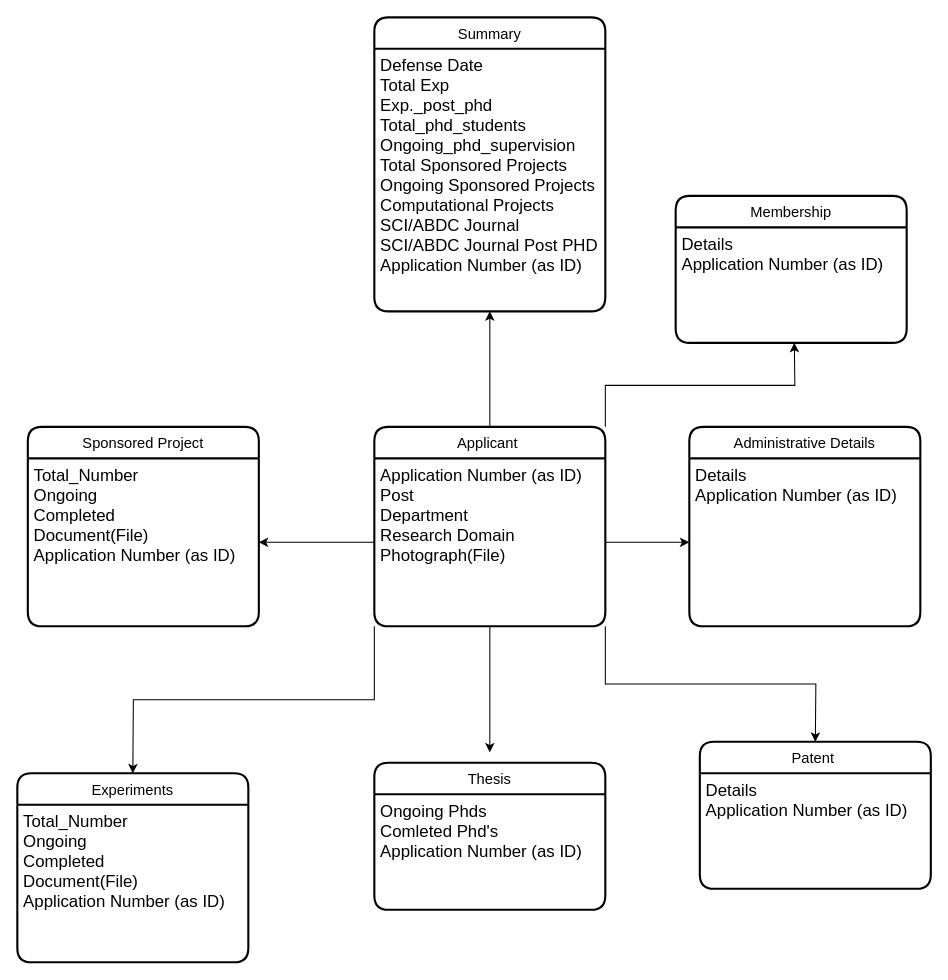
Earlier version of the draw.io diagram Downloads/Untitled Diagram.drawio (ShreyaTarwey/vidly-project-with-mongodb-and-express). Source tidied: cells renumbered, new cells numbered last; positions are measured from the earlier drawing's top-left corner, leaving out a move shared by most shapes. Both pictures are drawn from the tidied source at 105%, with x=0, y=0 at pixel (17, 17).
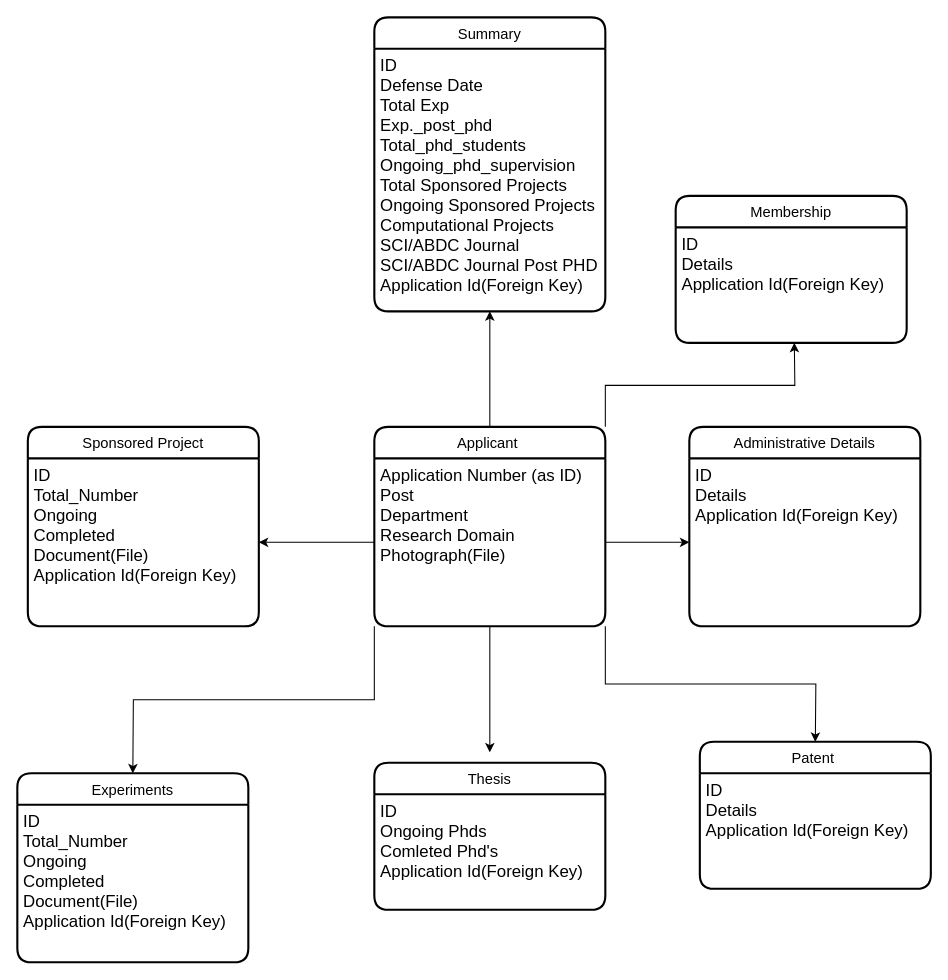
After the change.

The change refers to these unchanged cells:
```xml
<mxCell id="6" value="Thesis" style="swimlane;horizontal=1;startSize=30;rounded=1;fontSize=14;fontStyle=0;strokeWidth=2;shadow=0;dashed=0;align=center;fontFamily=Helvetica;gradientColor=#ffffff;" parent="1" vertex="1">
  <mxGeometry x="340" y="710" width="220" height="140" as="geometry" />
</mxCell>
<mxCell id="10" value="Administrative Details" style="swimlane;horizontal=1;startSize=30;rounded=1;fontSize=14;fontStyle=0;strokeWidth=2;shadow=0;dashed=0;align=center;fontFamily=Helvetica;gradientColor=#ffffff;" parent="1" vertex="1">
  <mxGeometry x="640" y="390" width="220" height="190" as="geometry" />
</mxCell>
<mxCell id="13" value="Sponsored Project" style="swimlane;horizontal=1;startSize=30;rounded=1;fontSize=14;fontStyle=0;strokeWidth=2;shadow=0;dashed=0;align=center;fontFamily=Helvetica;gradientColor=#ffffff;" parent="1" vertex="1">
  <mxGeometry x="10" y="390" width="220" height="190" as="geometry" />
</mxCell>
<mxCell id="16" value="Experiments" style="swimlane;horizontal=1;startSize=30;rounded=1;fontSize=14;fontStyle=0;strokeWidth=2;shadow=0;dashed=0;align=center;fontFamily=Helvetica;gradientColor=#ffffff;" parent="1" vertex="1">
  <mxGeometry y="720" width="220" height="180" as="geometry" />
</mxCell>
<mxCell id="19" value="Patent " style="swimlane;horizontal=1;startSize=30;rounded=1;fontSize=14;fontStyle=0;strokeWidth=2;shadow=0;dashed=0;align=center;fontFamily=Helvetica;gradientColor=#ffffff;" parent="1" vertex="1">
  <mxGeometry x="650" y="690" width="220" height="140" as="geometry" />
</mxCell>
<mxCell id="21" value="Membership" style="swimlane;horizontal=1;startSize=30;rounded=1;fontSize=14;fontStyle=0;strokeWidth=2;shadow=0;dashed=0;align=center;fontFamily=Helvetica;gradientColor=#ffffff;" parent="1" vertex="1">
  <mxGeometry x="627" y="170" width="220" height="140" as="geometry" />
</mxCell>
<mxCell id="23" value="Summary" style="swimlane;horizontal=1;startSize=30;rounded=1;fontSize=14;fontStyle=0;strokeWidth=2;shadow=0;dashed=0;align=center;fontFamily=Helvetica;gradientColor=#ffffff;" parent="1" vertex="1">
  <mxGeometry x="340" width="220" height="280" as="geometry" />
</mxCell>
```

Diff of the diagram source:
```diff
@@
-    <mxCell id="7" value="Ongoing Phds&#10;Comleted Phd's&#10;Application Number (as ID)" style="align=left;strokeColor=none;fillColor=none;spacingLeft=4;fontSize=16;verticalAlign=top;" parent="6" vertex="1">
+    <mxCell id="7" value="ID&#10;Ongoing Phds&#10;Comleted Phd's&#10;Application Id(Foreign Key)" style="align=left;strokeColor=none;fillColor=none;spacingLeft=4;fontSize=16;verticalAlign=top;" parent="6" vertex="1">
       <mxGeometry y="30" width="220" height="110" as="geometry" />
     </mxCell>
@@
-    <mxCell id="11" value="Details&#10;Application Number (as ID)" style="align=left;strokeColor=none;fillColor=none;spacingLeft=4;fontSize=16;verticalAlign=top;" parent="10" vertex="1">
+    <mxCell id="11" value="ID&#10;Details&#10;Application Id(Foreign Key)" style="align=left;strokeColor=none;fillColor=none;spacingLeft=4;fontSize=16;verticalAlign=top;" parent="10" vertex="1">
       <mxGeometry y="30" width="220" height="160" as="geometry" />
     </mxCell>
@@
-    <mxCell id="14" value="Total_Number&#10;Ongoing &#10;Completed&#10;Document(File)&#10;Application Number (as ID)&#10;" style="align=left;strokeColor=none;fillColor=none;spacingLeft=4;fontSize=16;verticalAlign=top;" parent="13" vertex="1">
+    <mxCell id="14" value="ID&#10;Total_Number&#10;Ongoing &#10;Completed&#10;Document(File)&#10;Application Id(Foreign Key)" style="align=left;strokeColor=none;fillColor=none;spacingLeft=4;fontSize=16;verticalAlign=top;" parent="13" vertex="1">
       <mxGeometry y="30" width="220" height="160" as="geometry" />
     </mxCell>
@@
-    <mxCell id="17" value="Total_Number&#10;Ongoing&#10;Completed&#10;Document(File)&#10;Application Number (as ID)" style="align=left;strokeColor=none;fillColor=none;spacingLeft=4;fontSize=16;verticalAlign=top;" parent="16" vertex="1">
+    <mxCell id="17" value="ID&#10;Total_Number&#10;Ongoing&#10;Completed&#10;Document(File)&#10;Application Id(Foreign Key)" style="align=left;strokeColor=none;fillColor=none;spacingLeft=4;fontSize=16;verticalAlign=top;" parent="16" vertex="1">
       <mxGeometry y="30" width="220" height="150" as="geometry" />
     </mxCell>
@@
-    <mxCell id="20" value="Details&#10;Application Number (as ID)" style="align=left;strokeColor=none;fillColor=none;spacingLeft=4;fontSize=16;verticalAlign=top;" parent="19" vertex="1">
+    <mxCell id="20" value="ID&#10;Details&#10;Application Id(Foreign Key)" style="align=left;strokeColor=none;fillColor=none;spacingLeft=4;fontSize=16;verticalAlign=top;" parent="19" vertex="1">
       <mxGeometry y="30" width="220" height="110" as="geometry" />
     </mxCell>
@@
-    <mxCell id="22" value="Details&#10;Application Number (as ID)" style="align=left;strokeColor=none;fillColor=none;spacingLeft=4;fontSize=16;verticalAlign=top;" parent="21" vertex="1">
+    <mxCell id="22" value="ID&#10;Details&#10;Application Id(Foreign Key)" style="align=left;strokeColor=none;fillColor=none;spacingLeft=4;fontSize=16;verticalAlign=top;" parent="21" vertex="1">
       <mxGeometry y="30" width="220" height="110" as="geometry" />
     </mxCell>
@@
-    <mxCell id="24" value="Defense Date&#10;Total Exp&#10;Exp._post_phd&#10;Total_phd_students&#10;Ongoing_phd_supervision&#10;Total Sponsored Projects&#10;Ongoing Sponsored Projects&#10;Computational Projects &#10;SCI/ABDC Journal &#10;SCI/ABDC Journal Post PHD&#10;Application Number (as ID)" style="align=left;strokeColor=none;fillColor=none;spacingLeft=4;fontSize=16;verticalAlign=top;" parent="23" vertex="1">
+    <mxCell id="24" value="ID&#10;Defense Date&#10;Total Exp&#10;Exp._post_phd&#10;Total_phd_students&#10;Ongoing_phd_supervision&#10;Total Sponsored Projects&#10;Ongoing Sponsored Projects&#10;Computational Projects &#10;SCI/ABDC Journal &#10;SCI/ABDC Journal Post PHD&#10;Application Id(Foreign Key)" style="align=left;strokeColor=none;fillColor=none;spacingLeft=4;fontSize=16;verticalAlign=top;" parent="23" vertex="1">
       <mxGeometry y="30" width="220" height="250" as="geometry" />
     </mxCell>
```
